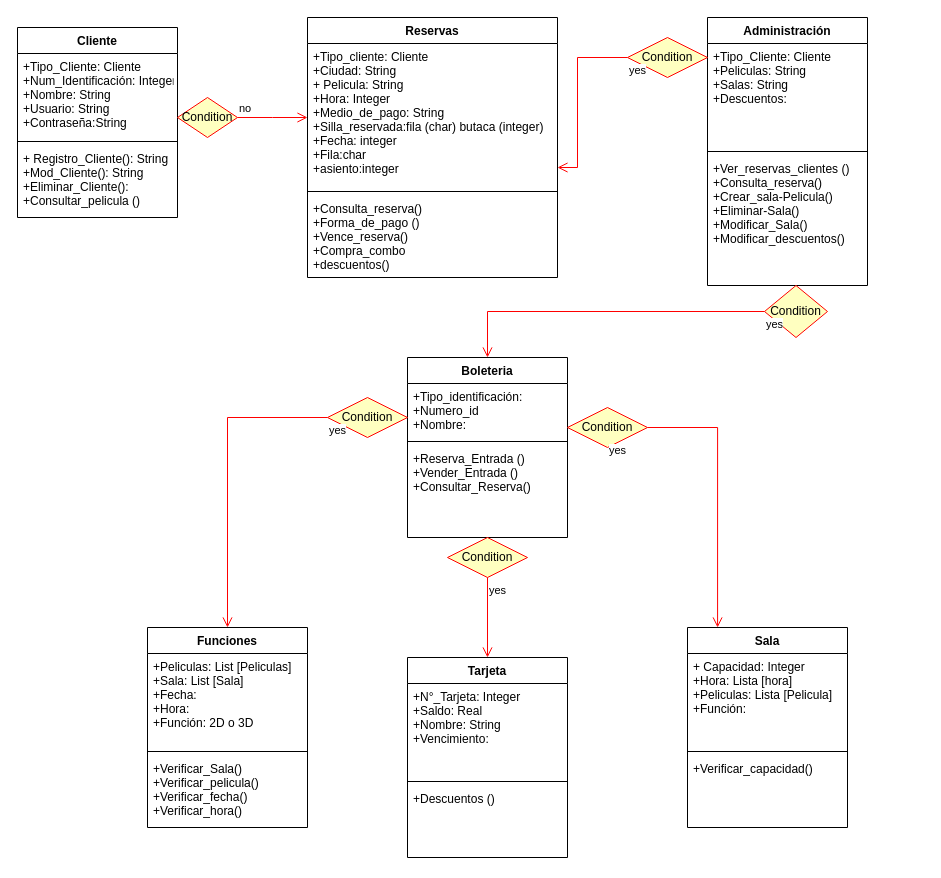
GastonOrphant/Projecto-SG-Cinemar keeps this draw.io diagram as DER-Cinemar.drawio. Above is the earlier version. Source tidied: cells renumbered, new cells numbered last; positions are measured from the earlier drawing's top-left corner, leaving out a move shared by most shapes. Both pictures are drawn from the tidied source at 100%, with x=0, y=0 at pixel (17, 17).
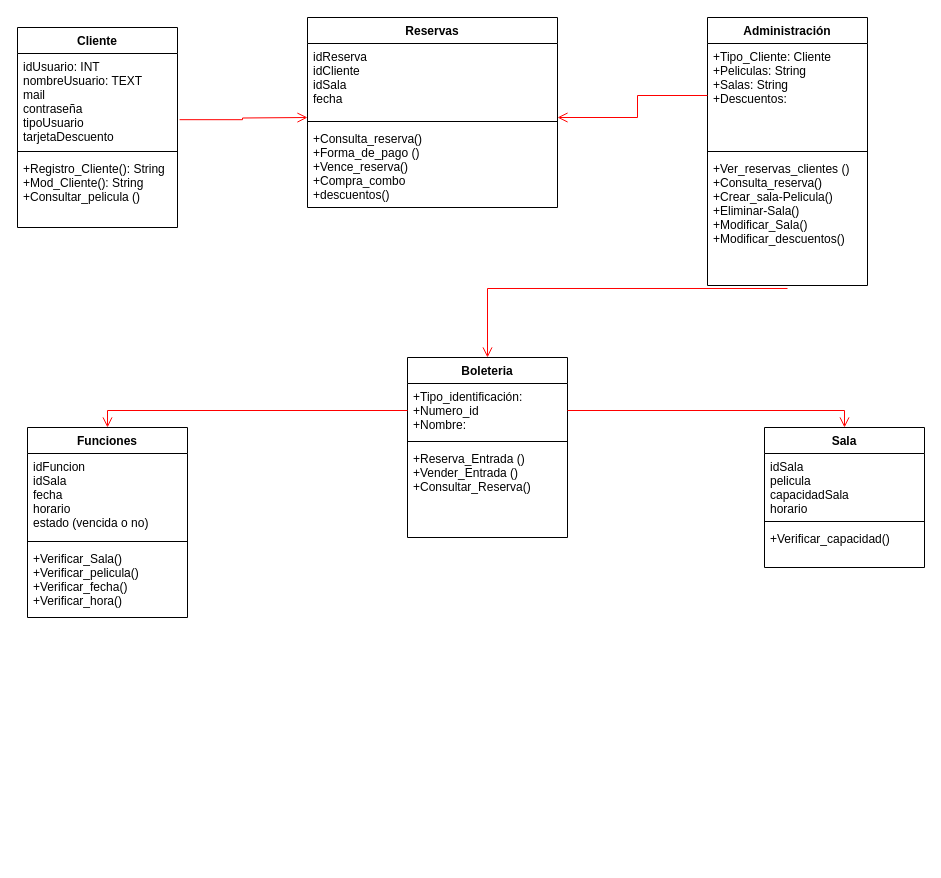
The same page after the edit.

Unchanged cells that the change refers to:
```xml
<mxCell id="13" value="+Tipo_Cliente: Cliente&#10;+Peliculas: String&#10;+Salas: String&#10;+Descuentos:&#10;" style="text;strokeColor=none;fillColor=none;align=left;verticalAlign=top;spacingLeft=4;spacingRight=4;overflow=hidden;points=[[0,0.5],[1,0.5]];portConstraint=eastwest;" parent="12" vertex="1">
  <mxGeometry y="26" width="160" height="104" as="geometry" />
</mxCell>
<mxCell id="15" value="+Ver_reservas_clientes ()&#10;+Consulta_reserva()&#10;+Crear_sala-Pelicula()&#10;+Eliminar-Sala()&#10;+Modificar_Sala()&#10;+Modificar_descuentos()" style="text;strokeColor=none;fillColor=none;align=left;verticalAlign=top;spacingLeft=4;spacingRight=4;overflow=hidden;points=[[0,0.5],[1,0.5]];portConstraint=eastwest;" parent="12" vertex="1">
  <mxGeometry y="138" width="160" height="130" as="geometry" />
</mxCell>
<mxCell id="16" value="Boleteria&#10;" style="swimlane;fontStyle=1;align=center;verticalAlign=top;horizontal=1;startSize=26;" parent="1" vertex="1">
  <mxGeometry x="390" y="340" width="160" height="180" as="geometry" />
</mxCell>
<mxCell id="17" value="+Tipo_identificación:&#10;+Numero_id&#10;+Nombre:&#10;" style="text;strokeColor=none;fillColor=none;align=left;verticalAlign=top;spacingLeft=4;spacingRight=4;overflow=hidden;points=[[0,0.5],[1,0.5]];portConstraint=eastwest;" parent="16" vertex="1">
  <mxGeometry y="26" width="160" height="54" as="geometry" />
</mxCell>
```

Diff of the diagram source:
```diff
@@
     <mxCell id="2" value="Cliente&#10;" style="swimlane;fontStyle=1;align=center;verticalAlign=top;horizontal=1;startSize=26;" parent="1" vertex="1">
-      <mxGeometry y="10" width="160" height="190" as="geometry" />
+      <mxGeometry y="10" width="160" height="200" as="geometry" />
     </mxCell>
-    <mxCell id="3" value="+Tipo_Cliente: Cliente&#10;+Num_Identificación: Integer&#10;+Nombre: String&#10;+Usuario: String&#10;+Contraseña:String &#10;" style="text;strokeColor=none;fillColor=none;align=left;verticalAlign=top;spacingLeft=4;spacingRight=4;overflow=hidden;points=[[0,0.5],[1,0.5]];portConstraint=eastwest;" parent="2" vertex="1">
-      <mxGeometry y="26" width="160" height="84" as="geometry" />
+    <mxCell id="3" value="idUsuario: INT&#10;nombreUsuario: TEXT&#10;mail&#10;contraseña&#10;tipoUsuario&#10;tarjetaDescuento" style="text;strokeColor=none;fillColor=none;align=left;verticalAlign=top;spacingLeft=4;spacingRight=4;overflow=hidden;points=[[0,0.5],[1,0.5]];portConstraint=eastwest;" parent="2" vertex="1">
+      <mxGeometry y="26" width="160" height="94" as="geometry" />
     </mxCell>
     <mxCell id="4" style="line;strokeWidth=1;fillColor=none;align=left;verticalAlign=middle;spacingTop=-1;spacingLeft=3;spacingRight=3;labelPosition=right;strokeColor=inherit;" parent="2" vertex="1">
-      <mxGeometry y="110" width="160" height="8" as="geometry" />
+      <mxGeometry y="120" width="160" height="8" as="geometry" />
     </mxCell>
-    <mxCell id="5" value="+ Registro_Cliente(): String&#10;+Mod_Cliente(): String&#10;+Eliminar_Cliente():&#10;+Consultar_pelicula ()" style="text;strokeColor=none;fillColor=none;align=left;verticalAlign=top;spacingLeft=4;spacingRight=4;overflow=hidden;" parent="2" vertex="1">
-      <mxGeometry y="118" width="160" height="72" as="geometry" />
+    <mxCell id="5" value="+Registro_Cliente(): String&#10;+Mod_Cliente(): String&#10;+Consultar_pelicula ()" style="text;strokeColor=none;fillColor=none;align=left;verticalAlign=top;spacingLeft=4;spacingRight=4;overflow=hidden;" parent="2" vertex="1">
+      <mxGeometry y="128" width="160" height="72" as="geometry" />
     </mxCell>
     <mxCell id="6" value="Reservas" style="swimlane;fontStyle=1;align=center;verticalAlign=top;horizontal=1;startSize=26;" parent="1" vertex="1">
-      <mxGeometry x="290" width="250" height="260" as="geometry" />
+      <mxGeometry x="290" width="250" height="190" as="geometry" />
     </mxCell>
-    <mxCell id="7" value="+Tipo_cliente: Cliente&#10;+Ciudad: String&#10;+ Pelicula: String&#10;+Hora: Integer&#10;+Medio_de_pago: String&#10;+Silla_reservada:fila (char) butaca (integer)&#10;+Fecha: integer&#10;+Fila:char&#10;+asiento:integer" style="text;strokeColor=none;fillColor=none;align=left;verticalAlign=top;spacingLeft=4;spacingRight=4;overflow=hidden;points=[[0,0.5],[1,0.5]];portConstraint=eastwest;" parent="6" vertex="1">
-      <mxGeometry y="26" width="250" height="144" as="geometry" />
+    <mxCell id="7" value="idReserva&#10;idCliente&#10;idSala&#10;fecha" style="text;strokeColor=none;fillColor=none;align=left;verticalAlign=top;spacingLeft=4;spacingRight=4;overflow=hidden;points=[[0,0.5],[1,0.5]];portConstraint=eastwest;" parent="6" vertex="1">
+      <mxGeometry y="26" width="250" height="74" as="geometry" />
     </mxCell>
     <mxCell id="8" style="line;strokeWidth=1;fillColor=none;align=left;verticalAlign=middle;spacingTop=-1;spacingLeft=3;spacingRight=3;labelPosition=right;strokeColor=inherit;" parent="6" vertex="1">
-      <mxGeometry y="170" width="250" height="8" as="geometry" />
+      <mxGeometry y="100" width="250" height="8" as="geometry" />
     </mxCell>
     <mxCell id="9" value="+Consulta_reserva()&#10;+Forma_de_pago ()&#10;+Vence_reserva()&#10;+Compra_combo&#10;+descuentos()" style="text;strokeColor=none;fillColor=none;align=left;verticalAlign=top;spacingLeft=4;spacingRight=4;overflow=hidden;" parent="6" vertex="1">
-      <mxGeometry y="178" width="250" height="82" as="geometry" />
+      <mxGeometry y="108" width="250" height="82" as="geometry" />
     </mxCell>
-    <mxCell id="10" value="Condition" style="rhombus;whiteSpace=wrap;html=1;fillColor=#ffffc0;strokeColor=#ff0000;" parent="1" vertex="1">
-      <mxGeometry x="160" y="80" width="60" height="40" as="geometry" />
-    </mxCell>
-    <mxCell id="11" value="no" style="edgeStyle=orthogonalEdgeStyle;html=1;align=left;verticalAlign=bottom;endArrow=open;endSize=8;strokeColor=#ff0000;rounded=0;" parent="1" edge="1" source="10">
+    <mxCell id="11" style="edgeStyle=orthogonalEdgeStyle;html=1;align=left;verticalAlign=bottom;endArrow=open;endSize=8;strokeColor=#ff0000;rounded=0;exitX=1.013;exitY=0.704;exitDx=0;exitDy=0;exitPerimeter=0;" parent="1" edge="1" source="3">
       <mxGeometry x="-1" relative="1" as="geometry">
         <mxPoint x="290" y="100" as="targetPoint" />
       </mxGeometry>
     </mxCell>
@@
-    <mxCell id="20" value="Condition" style="rhombus;whiteSpace=wrap;html=1;fillColor=#ffffc0;strokeColor=#ff0000;" parent="1" vertex="1">
-      <mxGeometry x="610" y="20" width="80" height="40" as="geometry" />
-    </mxCell>
-    <mxCell id="21" value="yes" style="edgeStyle=orthogonalEdgeStyle;html=1;align=left;verticalAlign=top;endArrow=open;endSize=8;strokeColor=#ff0000;rounded=0;" parent="1" edge="1" source="20" target="7">
+    <mxCell id="21" style="edgeStyle=orthogonalEdgeStyle;html=1;align=left;verticalAlign=top;endArrow=open;endSize=8;strokeColor=#ff0000;rounded=0;exitX=0;exitY=0.5;exitDx=0;exitDy=0;" parent="1" edge="1" source="13">
       <mxGeometry x="-1" relative="1" as="geometry">
+        <mxPoint x="540" y="100" as="targetPoint" />
         <Array as="points">
-          <mxPoint x="560" y="40" />
-          <mxPoint x="560" y="150" />
+          <mxPoint x="620" y="78" />
+          <mxPoint x="620" y="100" />
         </Array>
       </mxGeometry>
     </mxCell>
-    <mxCell id="22" value="Condition" style="rhombus;whiteSpace=wrap;html=1;fillColor=#ffffc0;strokeColor=#ff0000;direction=south;" parent="1" vertex="1">
-      <mxGeometry x="747" y="268" width="63" height="52" as="geometry" />
-    </mxCell>
-    <mxCell id="23" value="yes" style="edgeStyle=orthogonalEdgeStyle;html=1;align=left;verticalAlign=top;endArrow=open;endSize=8;strokeColor=#ff0000;rounded=0;entryX=0.5;entryY=0;entryDx=0;entryDy=0;" parent="1" edge="1" source="22" target="16">
+    <mxCell id="23" style="edgeStyle=orthogonalEdgeStyle;html=1;align=left;verticalAlign=top;endArrow=open;endSize=8;strokeColor=#ff0000;rounded=0;entryX=0.5;entryY=0;entryDx=0;entryDy=0;exitX=0.5;exitY=1.023;exitDx=0;exitDy=0;exitPerimeter=0;" parent="1" edge="1" source="15" target="16">
       <mxGeometry x="-1" relative="1" as="geometry" />
     </mxCell>
     <mxCell id="24" value="Funciones" style="swimlane;fontStyle=1;align=center;verticalAlign=top;horizontal=1;startSize=26;" parent="1" vertex="1">
-      <mxGeometry x="130" y="610" width="160" height="200" as="geometry" />
+      <mxGeometry x="10" y="410" width="160" height="190" as="geometry" />
     </mxCell>
-    <mxCell id="25" value="+Peliculas: List [Peliculas]&#10;+Sala: List [Sala]&#10;+Fecha:&#10;+Hora:&#10;+Función: 2D o 3D&#10; &#10;" style="text;strokeColor=none;fillColor=none;align=left;verticalAlign=top;spacingLeft=4;spacingRight=4;overflow=hidden;" parent="24" vertex="1">
-      <mxGeometry y="26" width="160" height="94" as="geometry" />
+    <mxCell id="25" value="idFuncion&#10;idSala&#10;fecha&#10;horario&#10;estado (vencida o no)" style="text;strokeColor=none;fillColor=none;align=left;verticalAlign=top;spacingLeft=4;spacingRight=4;overflow=hidden;" parent="24" vertex="1">
+      <mxGeometry y="26" width="160" height="84" as="geometry" />
     </mxCell>
     <mxCell id="26" style="line;strokeWidth=1;fillColor=none;align=left;verticalAlign=middle;spacingTop=-1;spacingLeft=3;spacingRight=3;labelPosition=right;strokeColor=inherit;" parent="24" vertex="1">
-      <mxGeometry y="120" width="160" height="8" as="geometry" />
+      <mxGeometry y="110" width="160" height="8" as="geometry" />
     </mxCell>
     <mxCell id="27" value="+Verificar_Sala()&#10;+Verificar_pelicula()&#10;+Verificar_fecha()&#10;+Verificar_hora()" style="text;strokeColor=none;fillColor=none;align=left;verticalAlign=top;spacingLeft=4;spacingRight=4;overflow=hidden;" parent="24" vertex="1">
-      <mxGeometry y="128" width="160" height="72" as="geometry" />
+      <mxGeometry y="118" width="160" height="72" as="geometry" />
     </mxCell>
-    <mxCell id="28" value="Tarjeta" style="swimlane;fontStyle=1;align=center;verticalAlign=top;horizontal=1;startSize=26;" parent="1" vertex="1">
-      <mxGeometry x="390" y="640" width="160" height="200" as="geometry" />
-    </mxCell>
-    <mxCell id="29" value="+N°_Tarjeta: Integer&#10;+Saldo: Real&#10;+Nombre: String&#10;+Vencimiento:&#10;" style="text;strokeColor=none;fillColor=none;align=left;verticalAlign=top;spacingLeft=4;spacingRight=4;overflow=hidden;" parent="28" vertex="1">
-      <mxGeometry y="26" width="160" height="94" as="geometry" />
-    </mxCell>
-    <mxCell id="30" style="line;strokeWidth=1;fillColor=none;align=left;verticalAlign=middle;spacingTop=-1;spacingLeft=3;spacingRight=3;labelPosition=right;strokeColor=inherit;" parent="28" vertex="1">
-      <mxGeometry y="120" width="160" height="8" as="geometry" />
-    </mxCell>
-    <mxCell id="31" value="+Descuentos ()" style="text;strokeColor=none;fillColor=none;align=left;verticalAlign=top;spacingLeft=4;spacingRight=4;overflow=hidden;" parent="28" vertex="1">
-      <mxGeometry y="128" width="160" height="72" as="geometry" />
-    </mxCell>
     <mxCell id="32" value="Sala" style="swimlane;fontStyle=1;align=center;verticalAlign=top;horizontal=1;startSize=26;" parent="1" vertex="1">
-      <mxGeometry x="670" y="610" width="160" height="200" as="geometry" />
+      <mxGeometry x="747" y="410" width="160" height="140" as="geometry" />
     </mxCell>
-    <mxCell id="33" value="+ Capacidad: Integer&#10;+Hora: Lista [hora]&#10;+Peliculas: Lista [Pelicula]&#10;+Función:&#10;" style="text;strokeColor=none;fillColor=none;align=left;verticalAlign=top;spacingLeft=4;spacingRight=4;overflow=hidden;" parent="32" vertex="1">
-      <mxGeometry y="26" width="160" height="94" as="geometry" />
+    <mxCell id="33" value="idSala&#10;pelicula&#10;capacidadSala&#10;horario" style="text;strokeColor=none;fillColor=none;align=left;verticalAlign=top;spacingLeft=4;spacingRight=4;overflow=hidden;" parent="32" vertex="1">
+      <mxGeometry y="26" width="160" height="64" as="geometry" />
     </mxCell>
     <mxCell id="34" style="line;strokeWidth=1;fillColor=none;align=left;verticalAlign=middle;spacingTop=-1;spacingLeft=3;spacingRight=3;labelPosition=right;strokeColor=inherit;" parent="32" vertex="1">
-      <mxGeometry y="120" width="160" height="8" as="geometry" />
+      <mxGeometry y="90" width="160" height="8" as="geometry" />
     </mxCell>
     <mxCell id="35" value="+Verificar_capacidad()" style="text;strokeColor=none;fillColor=none;align=left;verticalAlign=top;spacingLeft=4;spacingRight=4;overflow=hidden;" parent="32" vertex="1">
-      <mxGeometry y="128" width="160" height="72" as="geometry" />
+      <mxGeometry y="98" width="160" height="42" as="geometry" />
     </mxCell>
-    <mxCell id="36" value="Condition" style="rhombus;whiteSpace=wrap;html=1;fillColor=#ffffc0;strokeColor=#ff0000;" parent="1" vertex="1">
-      <mxGeometry x="310" y="380" width="80" height="40" as="geometry" />
-    </mxCell>
-    <mxCell id="37" value="yes" style="edgeStyle=orthogonalEdgeStyle;html=1;align=left;verticalAlign=top;endArrow=open;endSize=8;strokeColor=#ff0000;rounded=0;entryX=0.5;entryY=0;entryDx=0;entryDy=0;" parent="1" edge="1" source="36" target="24">
+    <mxCell id="37" style="edgeStyle=orthogonalEdgeStyle;html=1;align=left;verticalAlign=top;endArrow=open;endSize=8;strokeColor=#ff0000;rounded=0;entryX=0.5;entryY=0;entryDx=0;entryDy=0;exitX=0;exitY=0.5;exitDx=0;exitDy=0;" parent="1" edge="1" source="17" target="24">
       <mxGeometry x="-1" relative="1" as="geometry" />
     </mxCell>
-    <mxCell id="38" value="Condition" style="rhombus;whiteSpace=wrap;html=1;fillColor=#ffffc0;strokeColor=#ff0000;" parent="1" vertex="1">
-      <mxGeometry x="430" y="520" width="80" height="40" as="geometry" />
-    </mxCell>
-    <mxCell id="39" value="yes" style="edgeStyle=orthogonalEdgeStyle;html=1;align=left;verticalAlign=top;endArrow=open;endSize=8;strokeColor=#ff0000;rounded=0;entryX=0.5;entryY=0;entryDx=0;entryDy=0;" parent="1" edge="1" source="38" target="28">
-      <mxGeometry x="-1" relative="1" as="geometry" />
-    </mxCell>
-    <mxCell id="40" value="Condition" style="rhombus;whiteSpace=wrap;html=1;fillColor=#ffffc0;strokeColor=#ff0000;direction=west;" parent="1" vertex="1">
-      <mxGeometry x="550" y="390" width="80" height="40" as="geometry" />
-    </mxCell>
-    <mxCell id="41" value="yes" style="edgeStyle=orthogonalEdgeStyle;html=1;align=left;verticalAlign=top;endArrow=open;endSize=8;strokeColor=#ff0000;rounded=0;entryX=0.188;entryY=0;entryDx=0;entryDy=0;entryPerimeter=0;" parent="1" edge="1" target="32">
+    <mxCell id="41" style="edgeStyle=orthogonalEdgeStyle;html=1;align=left;verticalAlign=top;endArrow=open;endSize=8;strokeColor=#ff0000;rounded=0;entryX=0.5;entryY=0;entryDx=0;entryDy=0;exitX=1;exitY=0.5;exitDx=0;exitDy=0;" parent="1" edge="1" source="17" target="32">
       <mxGeometry x="-1" y="-41" relative="1" as="geometry">
-        <mxPoint x="630" y="410" as="sourcePoint" />
-        <Array as="points">
-          <mxPoint x="700" y="410" />
-        </Array>
         <mxPoint x="-40" y="-31" as="offset" />
       </mxGeometry>
     </mxCell>
```
